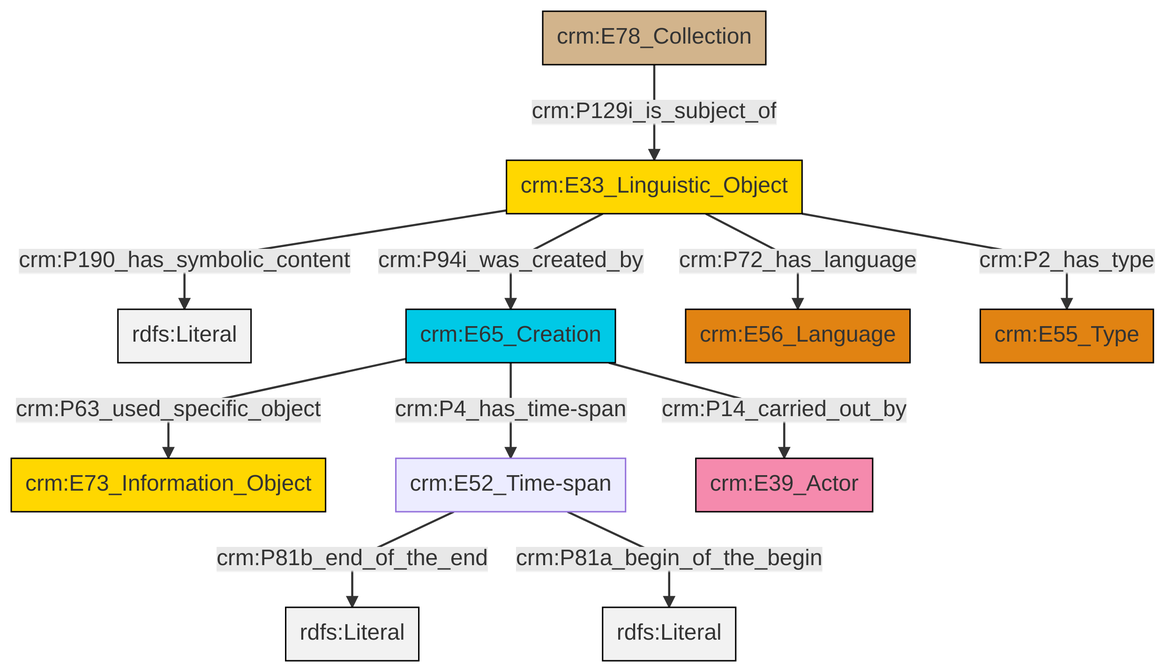
The Mermaid diagram et/archivalCSV/ttl/mmd/png/archival_desc.png in swiss-art-research-net/docs.swissartresearch, before a commit. Its source is kept beside it as et/archivalCSV/ttl/mmd/archival_desc.ttl.mmd.
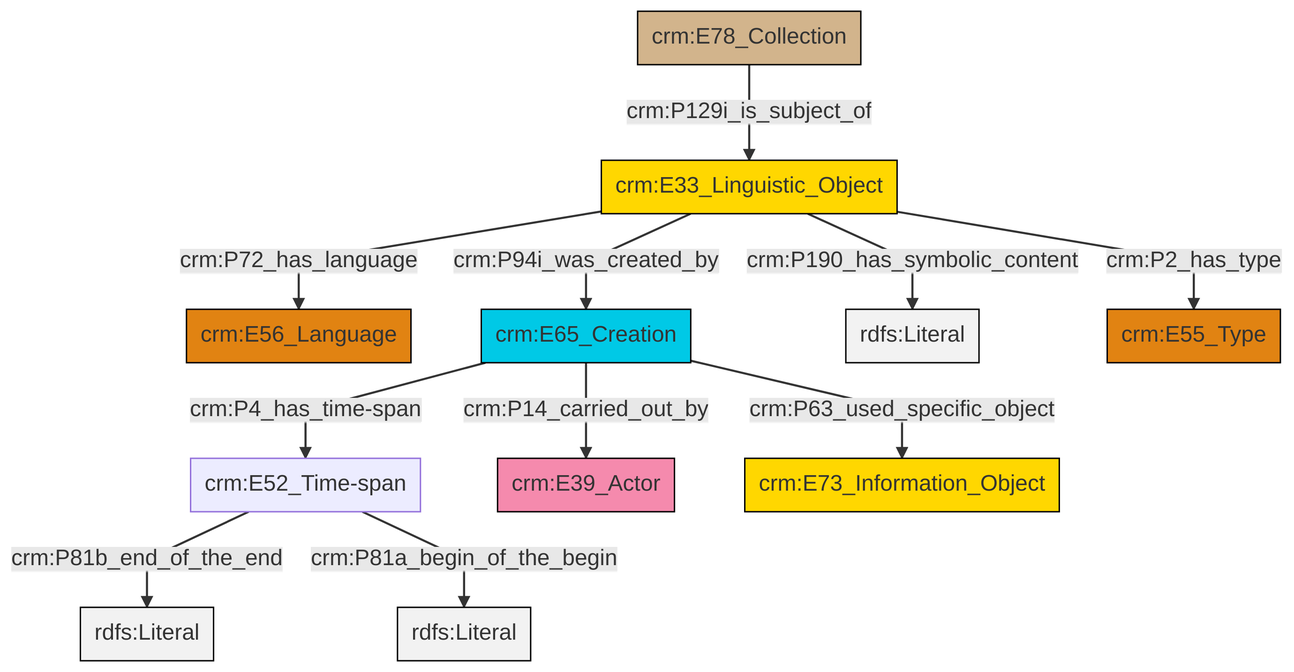
The same diagram one commit later.

The edit, as a diff of the source:
```diff
@@ -13,13 +13,13 @@
 classDef PC_Classes fill:#4ce600, stroke:#000000;
 classDef Multi fill:#cccccc,stroke:#000000;
 
-0["crm:E33_Linguistic_Object"]:::Conceptual_Object -->|crm:P190_has_symbolic_content| 2[rdfs:Literal]:::Literal
-3["crm:E65_Creation"]:::Temporal_Entity -->|crm:P63_used_specific_object| 4["crm:E73_Information_Object"]:::Conceptual_Object
-0["crm:E33_Linguistic_Object"]:::Conceptual_Object -->|crm:P2_has_type| 7["crm:E55_Type"]:::Type
-3["crm:E65_Creation"]:::Temporal_Entity -->|crm:P4_has_time-span| 9["crm:E52_Time-span"]:::Default
-3["crm:E65_Creation"]:::Temporal_Entity -->|crm:P14_carried_out_by| 10["crm:E39_Actor"]:::Actor
-9["crm:E52_Time-span"]:::Default -->|crm:P81b_end_of_the_end| 13[rdfs:Literal]:::Literal
-15["crm:E78_Collection"]:::Physical_Thing -->|crm:P129i_is_subject_of| 0["crm:E33_Linguistic_Object"]:::Conceptual_Object
-0["crm:E33_Linguistic_Object"]:::Conceptual_Object -->|crm:P94i_was_created_by| 3["crm:E65_Creation"]:::Temporal_Entity
-9["crm:E52_Time-span"]:::Default -->|crm:P81a_begin_of_the_begin| 17[rdfs:Literal]:::Literal
-0["crm:E33_Linguistic_Object"]:::Conceptual_Object -->|crm:P72_has_language| 5["crm:E56_Language"]:::Type
+0["crm:E52_Time-span"]:::Default -->|crm:P81b_end_of_the_end| 1[rdfs:Literal]:::Literal
+2["crm:E78_Collection"]:::Physical_Thing -->|crm:P129i_is_subject_of| 3["crm:E33_Linguistic_Object"]:::Conceptual_Object
+3["crm:E33_Linguistic_Object"]:::Conceptual_Object -->|crm:P72_has_language| 4["crm:E56_Language"]:::Type
+3["crm:E33_Linguistic_Object"]:::Conceptual_Object -->|crm:P190_has_symbolic_content| 10[rdfs:Literal]:::Literal
+8["crm:E65_Creation"]:::Temporal_Entity -->|crm:P4_has_time-span| 0["crm:E52_Time-span"]:::Default
+8["crm:E65_Creation"]:::Temporal_Entity -->|crm:P14_carried_out_by| 6["crm:E39_Actor"]:::Actor
+8["crm:E65_Creation"]:::Temporal_Entity -->|crm:P63_used_specific_object| 12["crm:E73_Information_Object"]:::Conceptual_Object
+3["crm:E33_Linguistic_Object"]:::Conceptual_Object -->|crm:P94i_was_created_by| 8["crm:E65_Creation"]:::Temporal_Entity
+3["crm:E33_Linguistic_Object"]:::Conceptual_Object -->|crm:P2_has_type| 15["crm:E55_Type"]:::Type
+0["crm:E52_Time-span"]:::Default -->|crm:P81a_begin_of_the_begin| 18[rdfs:Literal]:::Literal
```
